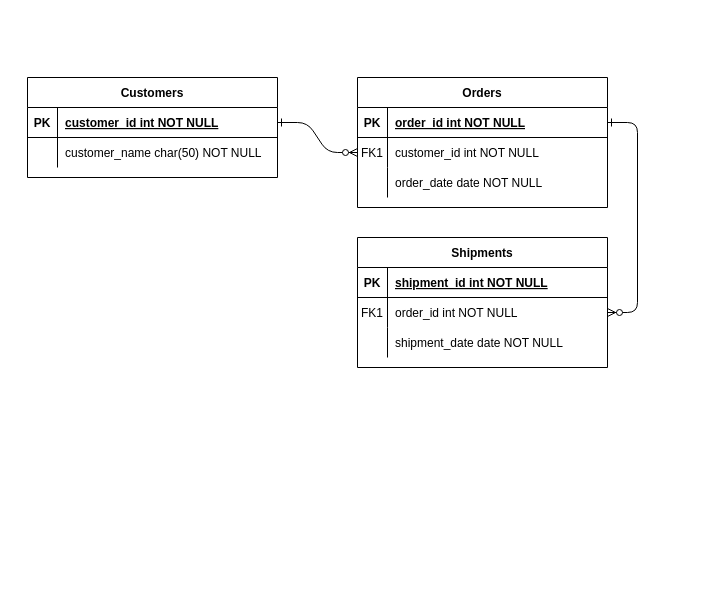
Above: Untitled Diagram.drawio in rogerstafforducl/first-contributions (draw.io), before the change. Source tidied: cells renumbered, new cells numbered last; positions are measured from the earlier drawing's top-left corner, leaving out a move shared by most shapes. Both pictures are drawn from the tidied source at 100%, with x=0, y=0 at pixel (27, 77).
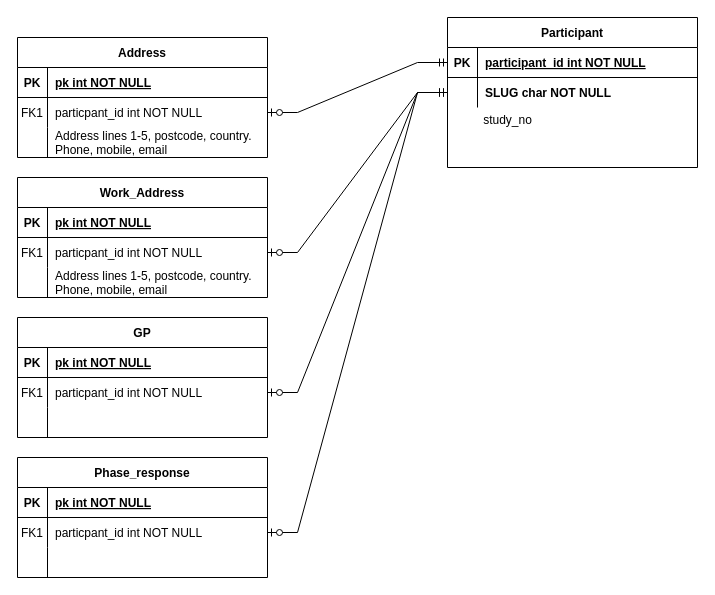
The same page after the edit.

Unchanged cells that the change refers to:
```xml
<mxCell id="5" style="shape=partialRectangle;fillColor=none;points=[[0,0.5],[1,0.5]];portConstraint=eastwest;top=0;left=0;right=0;bottom=1;" parent="4" vertex="1">
  <mxGeometry y="30" width="250" height="30" as="geometry" />
</mxCell>
<mxCell id="8" style="shape=partialRectangle;fillColor=none;points=[[0,0.5],[1,0.5]];portConstraint=eastwest;top=0;left=0;right=0;bottom=0;" parent="4" vertex="1">
  <mxGeometry y="60" width="250" height="30" as="geometry" />
</mxCell>
<mxCell id="11" style="shape=partialRectangle;fillColor=none;top=0;left=0;right=0;bottom=0;" parent="4" vertex="1">
  <mxGeometry y="90" width="250" height="30" as="geometry" />
</mxCell>
<mxCell id="25" style="shape=partialRectangle;fillColor=none;points=[[0,0.5],[1,0.5]];portConstraint=eastwest;top=0;left=0;right=0;bottom=1;" parent="24" vertex="1">
  <mxGeometry y="30" width="250" height="30" as="geometry" />
</mxCell>
<mxCell id="28" style="shape=partialRectangle;fillColor=none;points=[[0,0.5],[1,0.5]];portConstraint=eastwest;top=0;left=0;right=0;bottom=0;" parent="24" vertex="1">
  <mxGeometry y="60" width="250" height="30" as="geometry" />
</mxCell>
```

Diff of the diagram source:
```diff
@@
-    <mxCell id="2" style="edgeStyle=entityRelationEdgeStyle;endArrow=ERzeroToMany;startArrow=ERone;endFill=1;startFill=0;" parent="1" edge="1" source="25" target="8">
-      <mxGeometry relative="1" as="geometry" />
-    </mxCell>
-    <mxCell id="3" style="edgeStyle=entityRelationEdgeStyle;endArrow=ERzeroToMany;startArrow=ERone;endFill=1;startFill=0;" parent="1" edge="1" source="5" target="18">
-      <mxGeometry relative="1" as="geometry" />
-    </mxCell>
-    <mxCell id="4" value="Orders" style="shape=table;startSize=30;childLayout=tableLayout;rowLines=0;fontStyle=1;align=center;" parent="1" vertex="1">
-      <mxGeometry x="330" width="250" height="130" as="geometry" />
+    <mxCell id="4" value="Address" style="shape=table;startSize=30;childLayout=tableLayout;rowLines=0;fontStyle=1;align=center;" parent="1" vertex="1">
+      <mxGeometry x="-10" y="-40" width="250" height="120" as="geometry" />
     </mxCell>
@@
-    <mxCell id="7" value="order_id int NOT NULL " style="shape=partialRectangle;overflow=hidden;fillColor=none;top=0;left=0;bottom=0;right=0;align=left;spacingLeft=6;fontStyle=5;" parent="5" vertex="1">
+    <mxCell id="7" value="pk int NOT NULL " style="shape=partialRectangle;overflow=hidden;fillColor=none;top=0;left=0;bottom=0;right=0;align=left;spacingLeft=6;fontStyle=5;" parent="5" vertex="1">
       <mxGeometry x="30" width="220" height="30" as="geometry" />
     </mxCell>
@@
-    <mxCell id="10" value="customer_id int NOT NULL" style="shape=partialRectangle;overflow=hidden;fillColor=none;top=0;left=0;bottom=0;right=0;align=left;spacingLeft=6;" parent="8" vertex="1">
+    <mxCell id="10" value="particpant_id int NOT NULL" style="shape=partialRectangle;overflow=hidden;fillColor=none;top=0;left=0;bottom=0;right=0;align=left;spacingLeft=6;" parent="8" vertex="1">
       <mxGeometry x="30" width="220" height="30" as="geometry" />
     </mxCell>
@@
-    <mxCell id="13" value="order_date date NOT NULL" style="shape=partialRectangle;overflow=hidden;fillColor=none;top=0;left=0;bottom=0;right=0;align=left;spacingLeft=6;" parent="11" vertex="1">
+    <mxCell id="13" value="Address lines 1-5, postcode, country.&#10;Phone, mobile, email" style="shape=partialRectangle;overflow=hidden;fillColor=none;top=0;left=0;bottom=0;right=0;align=left;spacingLeft=6;" parent="11" vertex="1">
       <mxGeometry x="30" width="220" height="30" as="geometry" />
     </mxCell>
-    <mxCell id="14" value="Shipments" style="shape=table;startSize=30;childLayout=tableLayout;rowLines=0;fontStyle=1;align=center;" parent="1" vertex="1">
-      <mxGeometry x="330" y="160" width="250" height="130" as="geometry" />
-    </mxCell>
-    <mxCell id="15" style="shape=partialRectangle;fillColor=none;top=0;left=0;right=0;bottom=1;" parent="14" vertex="1">
-      <mxGeometry y="30" width="250" height="30" as="geometry" />
-    </mxCell>
-    <mxCell id="16" value="PK" style="shape=partialRectangle;overflow=hidden;fillColor=none;top=0;left=0;bottom=0;right=0;fontStyle=1;" parent="15" vertex="1">
-      <mxGeometry width="30" height="30" as="geometry" />
-    </mxCell>
-    <mxCell id="17" value="shipment_id int NOT NULL " style="shape=partialRectangle;overflow=hidden;fillColor=none;top=0;left=0;bottom=0;right=0;align=left;spacingLeft=6;fontStyle=5;" parent="15" vertex="1">
-      <mxGeometry x="30" width="220" height="30" as="geometry" />
-    </mxCell>
-    <mxCell id="18" style="shape=partialRectangle;fillColor=none;points=[[0,0.5],[1,0.5]];portConstraint=eastwest;top=0;left=0;right=0;bottom=0;" parent="14" vertex="1">
-      <mxGeometry y="60" width="250" height="30" as="geometry" />
-    </mxCell>
-    <mxCell id="19" value="FK1" style="shape=partialRectangle;overflow=hidden;fillColor=none;top=0;left=0;bottom=0;right=0;" parent="18" vertex="1">
-      <mxGeometry width="30" height="30" as="geometry" />
-    </mxCell>
-    <mxCell id="20" value="order_id int NOT NULL" style="shape=partialRectangle;overflow=hidden;fillColor=none;top=0;left=0;bottom=0;right=0;align=left;spacingLeft=6;" parent="18" vertex="1">
-      <mxGeometry x="30" width="220" height="30" as="geometry" />
-    </mxCell>
-    <mxCell id="21" style="shape=partialRectangle;fillColor=none;top=0;left=0;right=0;bottom=0;" parent="14" vertex="1">
-      <mxGeometry y="90" width="250" height="30" as="geometry" />
-    </mxCell>
-    <mxCell id="22" style="shape=partialRectangle;overflow=hidden;fillColor=none;top=0;left=0;bottom=0;right=0;" parent="21" vertex="1">
-      <mxGeometry width="30" height="30" as="geometry" />
-    </mxCell>
-    <mxCell id="23" value="shipment_date date NOT NULL" style="shape=partialRectangle;overflow=hidden;fillColor=none;top=0;left=0;bottom=0;right=0;align=left;spacingLeft=6;" parent="21" vertex="1">
-      <mxGeometry x="30" width="220" height="30" as="geometry" />
-    </mxCell>
-    <mxCell id="24" value="Customers" style="shape=table;startSize=30;childLayout=tableLayout;rowLines=0;fontStyle=1;align=center;" parent="1" vertex="1">
-      <mxGeometry width="250" height="100" as="geometry" />
+    <mxCell id="24" value="Participant" style="shape=table;startSize=30;childLayout=tableLayout;rowLines=0;fontStyle=1;align=center;" parent="1" vertex="1">
+      <mxGeometry x="420" y="-60" width="250" height="150" as="geometry" />
     </mxCell>
@@
-    <mxCell id="27" value="customer_id int NOT NULL " style="shape=partialRectangle;overflow=hidden;fillColor=none;top=0;left=0;bottom=0;right=0;align=left;spacingLeft=6;fontStyle=5;" parent="25" vertex="1">
+    <mxCell id="27" value="participant_id int NOT NULL " style="shape=partialRectangle;overflow=hidden;fillColor=none;top=0;left=0;bottom=0;right=0;align=left;spacingLeft=6;fontStyle=5;" parent="25" vertex="1">
       <mxGeometry x="30" width="220" height="30" as="geometry" />
     </mxCell>
@@
-    <mxCell id="30" value="customer_name char(50) NOT NULL" style="shape=partialRectangle;overflow=hidden;fillColor=none;top=0;left=0;bottom=0;right=0;align=left;spacingLeft=6;" parent="28" vertex="1">
+    <mxCell id="30" value="SLUG char NOT NULL" style="shape=partialRectangle;overflow=hidden;fillColor=none;top=0;left=0;bottom=0;right=0;align=left;spacingLeft=6;fontStyle=1;" parent="28" vertex="1">
       <mxGeometry x="30" width="220" height="30" as="geometry" />
     </mxCell>
+    <mxCell id="2" style="edgeStyle=entityRelationEdgeStyle;fontSize=12;html=1;endArrow=ERzeroToOne;startArrow=ERmandOne;rounded=0;entryX=1;entryY=0.5;entryDx=0;entryDy=0;exitX=0;exitY=0.5;exitDx=0;exitDy=0;" parent="1" edge="1" source="25" target="8">
+      <mxGeometry relative="1" as="geometry" />
+    </mxCell>
+    <mxCell id="31" value="Phase_response" style="shape=table;startSize=30;childLayout=tableLayout;rowLines=0;fontStyle=1;align=center;" parent="1" vertex="1">
+      <mxGeometry x="-10" y="380" width="250" height="120" as="geometry" />
+    </mxCell>
+    <mxCell id="32" style="shape=partialRectangle;fillColor=none;top=0;left=0;right=0;bottom=1;" parent="31" vertex="1">
+      <mxGeometry y="30" width="250" height="30" as="geometry" />
+    </mxCell>
+    <mxCell id="33" value="PK" style="shape=partialRectangle;overflow=hidden;fillColor=none;top=0;left=0;bottom=0;right=0;fontStyle=1;" parent="32" vertex="1">
+      <mxGeometry width="30" height="30" as="geometry" />
+    </mxCell>
+    <mxCell id="34" value="pk int NOT NULL " style="shape=partialRectangle;overflow=hidden;fillColor=none;top=0;left=0;bottom=0;right=0;align=left;spacingLeft=6;fontStyle=5;" parent="32" vertex="1">
+      <mxGeometry x="30" width="220" height="30" as="geometry" />
+    </mxCell>
+    <mxCell id="35" style="shape=partialRectangle;fillColor=none;points=[[0,0.5],[1,0.5]];portConstraint=eastwest;top=0;left=0;right=0;bottom=0;" parent="31" vertex="1">
+      <mxGeometry y="60" width="250" height="30" as="geometry" />
+    </mxCell>
+    <mxCell id="36" value="FK1" style="shape=partialRectangle;overflow=hidden;fillColor=none;top=0;left=0;bottom=0;right=0;" parent="35" vertex="1">
+      <mxGeometry width="30" height="30" as="geometry" />
+    </mxCell>
+    <mxCell id="37" value="particpant_id int NOT NULL" style="shape=partialRectangle;overflow=hidden;fillColor=none;top=0;left=0;bottom=0;right=0;align=left;spacingLeft=6;" parent="35" vertex="1">
+      <mxGeometry x="30" width="220" height="30" as="geometry" />
+    </mxCell>
+    <mxCell id="38" style="shape=partialRectangle;fillColor=none;top=0;left=0;right=0;bottom=0;" parent="31" vertex="1">
+      <mxGeometry y="90" width="250" height="30" as="geometry" />
+    </mxCell>
+    <mxCell id="39" style="shape=partialRectangle;overflow=hidden;fillColor=none;top=0;left=0;bottom=0;right=0;" parent="38" vertex="1">
+      <mxGeometry width="30" height="30" as="geometry" />
+    </mxCell>
+    <mxCell id="40" style="shape=partialRectangle;overflow=hidden;fillColor=none;top=0;left=0;bottom=0;right=0;align=left;spacingLeft=6;" parent="38" vertex="1">
+      <mxGeometry x="30" width="220" height="30" as="geometry" />
+    </mxCell>
+    <mxCell id="41" style="edgeStyle=entityRelationEdgeStyle;fontSize=12;html=1;endArrow=ERzeroToOne;startArrow=ERmandOne;rounded=0;entryX=1;entryY=0.5;entryDx=0;entryDy=0;exitX=0;exitY=0.5;exitDx=0;exitDy=0;" parent="1" edge="1" source="28" target="35">
+      <mxGeometry relative="1" as="geometry" />
+    </mxCell>
+    <mxCell id="42" value="Work_Address" style="shape=table;startSize=30;childLayout=tableLayout;rowLines=0;fontStyle=1;align=center;" parent="1" vertex="1">
+      <mxGeometry x="-10" y="100" width="250" height="120" as="geometry" />
+    </mxCell>
+    <mxCell id="43" style="shape=partialRectangle;fillColor=none;top=0;left=0;right=0;bottom=1;" parent="42" vertex="1">
+      <mxGeometry y="30" width="250" height="30" as="geometry" />
+    </mxCell>
+    <mxCell id="44" value="PK" style="shape=partialRectangle;overflow=hidden;fillColor=none;top=0;left=0;bottom=0;right=0;fontStyle=1;" parent="43" vertex="1">
+      <mxGeometry width="30" height="30" as="geometry" />
+    </mxCell>
+    <mxCell id="45" value="pk int NOT NULL " style="shape=partialRectangle;overflow=hidden;fillColor=none;top=0;left=0;bottom=0;right=0;align=left;spacingLeft=6;fontStyle=5;" parent="43" vertex="1">
+      <mxGeometry x="30" width="220" height="30" as="geometry" />
+    </mxCell>
+    <mxCell id="46" style="shape=partialRectangle;fillColor=none;points=[[0,0.5],[1,0.5]];portConstraint=eastwest;top=0;left=0;right=0;bottom=0;" parent="42" vertex="1">
+      <mxGeometry y="60" width="250" height="30" as="geometry" />
+    </mxCell>
+    <mxCell id="47" value="FK1" style="shape=partialRectangle;overflow=hidden;fillColor=none;top=0;left=0;bottom=0;right=0;" parent="46" vertex="1">
+      <mxGeometry width="30" height="30" as="geometry" />
+    </mxCell>
+    <mxCell id="48" value="particpant_id int NOT NULL" style="shape=partialRectangle;overflow=hidden;fillColor=none;top=0;left=0;bottom=0;right=0;align=left;spacingLeft=6;" parent="46" vertex="1">
+      <mxGeometry x="30" width="220" height="30" as="geometry" />
+    </mxCell>
+    <mxCell id="49" style="shape=partialRectangle;fillColor=none;top=0;left=0;right=0;bottom=0;" parent="42" vertex="1">
+      <mxGeometry y="90" width="250" height="30" as="geometry" />
+    </mxCell>
+    <mxCell id="50" style="shape=partialRectangle;overflow=hidden;fillColor=none;top=0;left=0;bottom=0;right=0;" parent="49" vertex="1">
+      <mxGeometry width="30" height="30" as="geometry" />
+    </mxCell>
+    <mxCell id="51" value="Address lines 1-5, postcode, country.&#10;Phone, mobile, email" style="shape=partialRectangle;overflow=hidden;fillColor=none;top=0;left=0;bottom=0;right=0;align=left;spacingLeft=6;" parent="49" vertex="1">
+      <mxGeometry x="30" width="220" height="30" as="geometry" />
+    </mxCell>
+    <mxCell id="52" style="edgeStyle=entityRelationEdgeStyle;fontSize=12;html=1;endArrow=ERzeroToOne;startArrow=ERmandOne;rounded=0;entryX=1;entryY=0.5;entryDx=0;entryDy=0;" parent="1" edge="1" source="28" target="46">
+      <mxGeometry relative="1" as="geometry" />
+    </mxCell>
+    <mxCell id="53" value="GP" style="shape=table;startSize=30;childLayout=tableLayout;rowLines=0;fontStyle=1;align=center;" parent="1" vertex="1">
+      <mxGeometry x="-10" y="240" width="250" height="120" as="geometry" />
+    </mxCell>
+    <mxCell id="54" style="shape=partialRectangle;fillColor=none;top=0;left=0;right=0;bottom=1;" parent="53" vertex="1">
+      <mxGeometry y="30" width="250" height="30" as="geometry" />
+    </mxCell>
+    <mxCell id="55" value="PK" style="shape=partialRectangle;overflow=hidden;fillColor=none;top=0;left=0;bottom=0;right=0;fontStyle=1;" parent="54" vertex="1">
+      <mxGeometry width="30" height="30" as="geometry" />
+    </mxCell>
+    <mxCell id="56" value="pk int NOT NULL " style="shape=partialRectangle;overflow=hidden;fillColor=none;top=0;left=0;bottom=0;right=0;align=left;spacingLeft=6;fontStyle=5;" parent="54" vertex="1">
+      <mxGeometry x="30" width="220" height="30" as="geometry" />
+    </mxCell>
+    <mxCell id="57" style="shape=partialRectangle;fillColor=none;points=[[0,0.5],[1,0.5]];portConstraint=eastwest;top=0;left=0;right=0;bottom=0;" parent="53" vertex="1">
+      <mxGeometry y="60" width="250" height="30" as="geometry" />
+    </mxCell>
+    <mxCell id="58" value="FK1" style="shape=partialRectangle;overflow=hidden;fillColor=none;top=0;left=0;bottom=0;right=0;" parent="57" vertex="1">
+      <mxGeometry width="30" height="30" as="geometry" />
+    </mxCell>
+    <mxCell id="59" value="particpant_id int NOT NULL" style="shape=partialRectangle;overflow=hidden;fillColor=none;top=0;left=0;bottom=0;right=0;align=left;spacingLeft=6;" parent="57" vertex="1">
+      <mxGeometry x="30" width="220" height="30" as="geometry" />
+    </mxCell>
+    <mxCell id="60" style="shape=partialRectangle;fillColor=none;top=0;left=0;right=0;bottom=0;" parent="53" vertex="1">
+      <mxGeometry y="90" width="250" height="30" as="geometry" />
+    </mxCell>
+    <mxCell id="61" style="shape=partialRectangle;overflow=hidden;fillColor=none;top=0;left=0;bottom=0;right=0;" parent="60" vertex="1">
+      <mxGeometry width="30" height="30" as="geometry" />
+    </mxCell>
+    <mxCell id="62" style="shape=partialRectangle;overflow=hidden;fillColor=none;top=0;left=0;bottom=0;right=0;align=left;spacingLeft=6;" parent="60" vertex="1">
+      <mxGeometry x="30" width="220" height="30" as="geometry" />
+    </mxCell>
+    <mxCell id="63" style="edgeStyle=entityRelationEdgeStyle;fontSize=12;html=1;endArrow=ERzeroToOne;startArrow=ERmandOne;rounded=0;entryX=1;entryY=0.5;entryDx=0;entryDy=0;exitX=0;exitY=0.5;exitDx=0;exitDy=0;" parent="1" edge="1" source="28" target="57">
+      <mxGeometry relative="1" as="geometry" />
+    </mxCell>
+    <mxCell id="64" value="study_no" style="text;html=1;align=center;verticalAlign=middle;strokeColor=none;fillColor=none;" parent="1" vertex="1">
+      <mxGeometry x="445" y="28" width="70" height="30" as="geometry" />
+    </mxCell>
```
